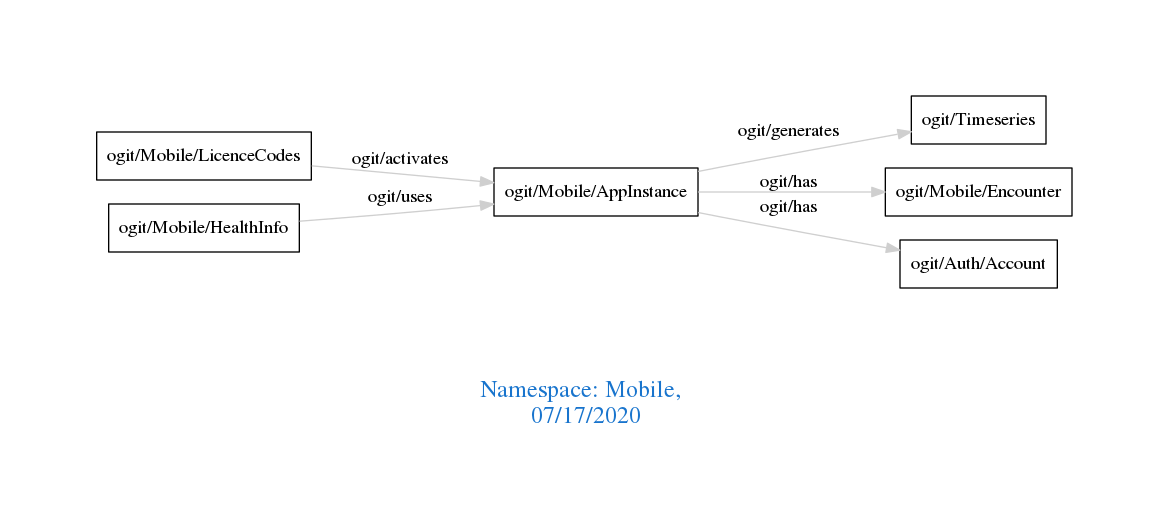
Above: downloads/Mobile.png in arago/OGIT (Graphviz), before the change. Its source is kept beside it as downloads/Mobile.dot.
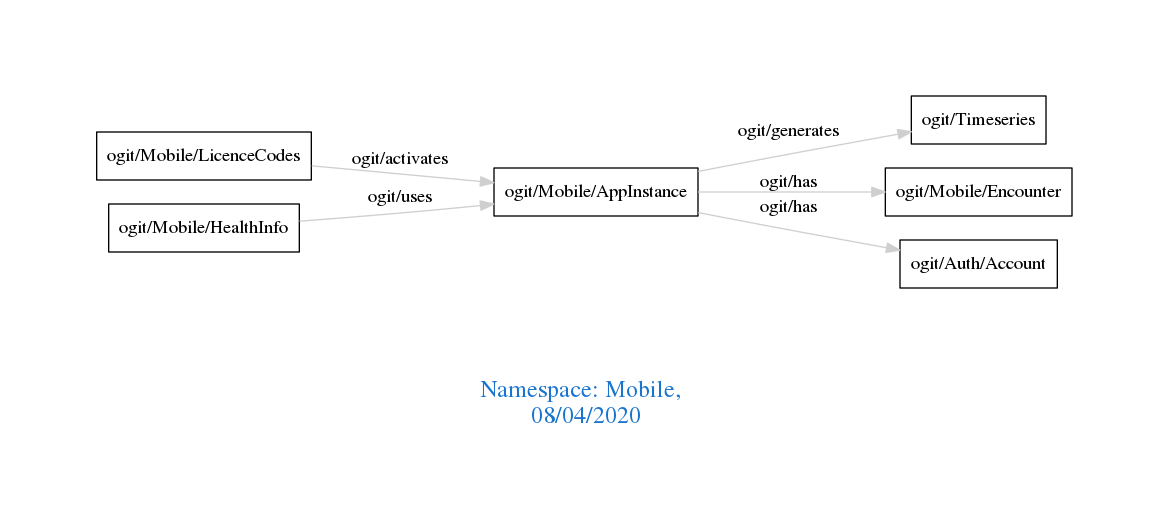
The same diagram one commit later.

Diff of the diagram source:
```diff
@@ -1,7 +1,7 @@
 digraph OGIT_ontology {
  graph [ rankdir= LR,pad=1
 fontsize = 18,
-fontcolor= dodgerblue3,label = "\n\n\nNamespace: Mobile, \n 07/17/2020"];
+fontcolor= dodgerblue3,label = "\n\n\nNamespace: Mobile, \n 08/04/2020"];
 node[shape=polygon];
 edge [  color="gray81"];
 
```
